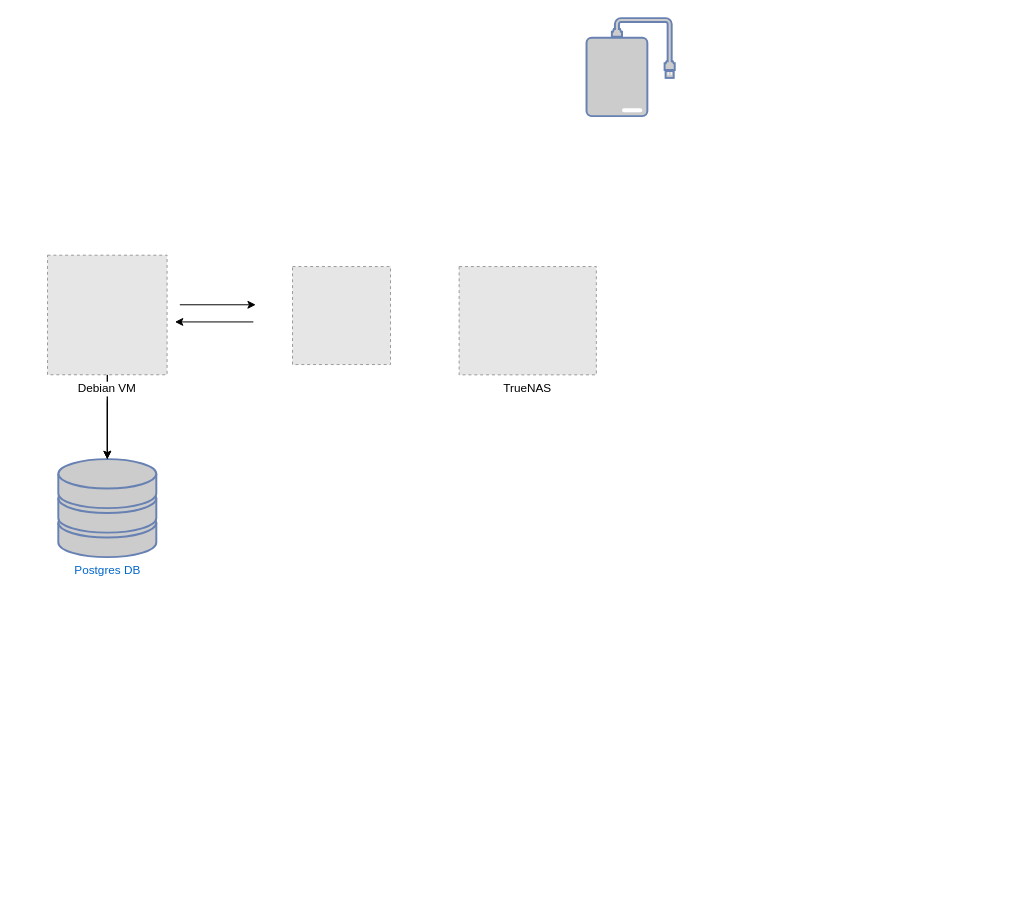
This is diagrams/Immich-Backup-Architecture.drawio from HenryVag/homelab, a draw.io file, before an edit. Source tidied: cells renumbered, new cells numbered last; positions are measured from the earlier drawing's top-left corner, leaving out a move shared by most shapes. Both pictures are drawn from the tidied source at 98%, with x=0, y=0 at pixel (47, 18). Pictures stored in the file or linked from it are replaced by grey dashed boxes.
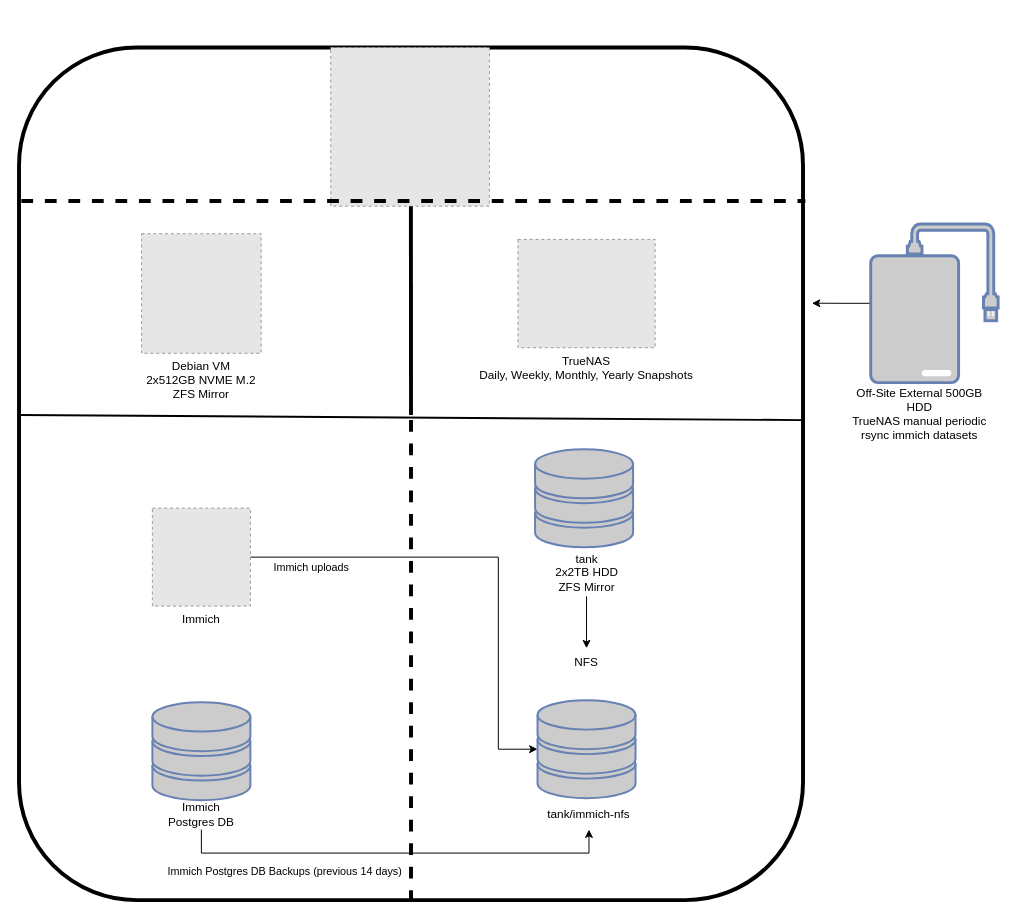
The same page after the edit.

Diff of the diagram source:
```diff
@@
-    <mxCell id="2" style="fontColor=#0066CC;verticalAlign=top;verticalLabelPosition=bottom;labelPosition=center;align=center;html=1;fillColor=#CCCCCC;strokeColor=#6881B3;gradientColor=none;gradientDirection=north;strokeWidth=2;shape=mxgraph.networks.external_storage;" parent="1" vertex="1">
-      <mxGeometry x="550" width="90" height="100" as="geometry" />
-    </mxCell>
+    <mxCell id="12" style="shape=ext;double=0;rounded=1;whiteSpace=wrap;html=1;fillColor=light-dark(#FFFFFF,transparent);rotation=90;strokeColor=light-dark(#000000,#FFFFFF);strokeWidth=4;" parent="1" vertex="1">
+      <mxGeometry x="-64.1" y="65" width="870" height="800" as="geometry" />
+    </mxCell>
-    <mxCell id="3" value="Postgres DB" style="fontColor=#0066CC;verticalAlign=top;verticalLabelPosition=bottom;labelPosition=center;align=center;html=1;outlineConnect=0;fillColor=#CCCCCC;strokeColor=#6881B3;gradientColor=none;gradientDirection=north;strokeWidth=2;shape=mxgraph.networks.storage;" parent="1" vertex="1">
-      <mxGeometry x="11" y="450" width="100" height="100" as="geometry" />
+    <mxCell id="3" style="fontColor=#FFFFF;verticalAlign=top;verticalLabelPosition=bottom;labelPosition=center;align=center;html=1;outlineConnect=0;fillColor=#CCCCCC;strokeColor=light-dark(#6881B3,#FFFFFF);gradientColor=none;gradientDirection=north;strokeWidth=2;shape=mxgraph.networks.storage;" parent="1" vertex="1">
+      <mxGeometry x="107" y="698" width="100" height="100" as="geometry" />
     </mxCell>
-    <mxCell id="4" style="edgeStyle=orthogonalEdgeStyle;rounded=0;orthogonalLoop=1;jettySize=auto;html=1;" parent="1" edge="1">
-      <mxGeometry relative="1" as="geometry">
-        <mxPoint x="135" y="292.5" as="sourcePoint" />
-        <mxPoint x="212.5" y="292.5" as="targetPoint" />
-      </mxGeometry>
-    </mxCell>
+    <mxCell id="13" style="edgeStyle=orthogonalEdgeStyle;rounded=0;jettySize=auto;html=1;" parent="1" edge="1" source="5" target="20">
+      <mxGeometry relative="1" as="geometry">
+        <Array as="points">
+          <mxPoint x="460" y="550" />
+          <mxPoint x="460" y="746" />
+        </Array>
+      </mxGeometry>
+    </mxCell>
+    <mxCell id="14" value="Immich uploads" style="edgeLabel;html=1;align=center;verticalAlign=middle;" parent="13" vertex="1">
+      <mxGeometry x="-0.77" relative="1" as="geometry">
+        <mxPoint x="5" y="10" as="offset" />
+      </mxGeometry>
+    </mxCell>
-    <mxCell id="5" style="fillColor=#E6E6E6;strokeColor=#999999;dashed=1;verticalLabelPosition=bottom;labelBackgroundColor=default;verticalAlign=top;" parent="1" vertex="1">
-      <mxGeometry x="250" y="253.5" width="100" height="100" as="geometry" />
+    <mxCell id="5" value="Immich" style="fillColor=#E6E6E6;strokeColor=#999999;dashed=1;verticalLabelPosition=bottom;labelBackgroundColor=default;verticalAlign=top;" parent="1" vertex="1">
+      <mxGeometry x="107" y="500" width="100" height="100" as="geometry" />
     </mxCell>
-    <mxCell id="6" style="edgeStyle=orthogonalEdgeStyle;rounded=0;jettySize=auto;html=1;" parent="1" edge="1" source="8" target="3">
-      <mxGeometry relative="1" as="geometry" />
-    </mxCell>
-    <mxCell id="7" style="edgeStyle=orthogonalEdgeStyle;rounded=0;jettySize=auto;html=1;" parent="1" edge="1" source="8" target="3">
-      <mxGeometry relative="1" as="geometry" />
-    </mxCell>
-    <mxCell id="8" value="Debian VM" style="fillColor=#E6E6E6;strokeColor=#999999;dashed=1;verticalLabelPosition=bottom;labelBackgroundColor=default;verticalAlign=top;" parent="1" vertex="1">
-      <mxGeometry y="241.9" width="122" height="122" as="geometry" />
+    <mxCell id="8" value="Debian VM&#10;2x512GB NVME M.2&#10;ZFS Mirror" style="fillColor=#E6E6E6;strokeColor=#999999;dashed=1;verticalLabelPosition=bottom;labelBackgroundColor=default;verticalAlign=top;" parent="1" vertex="1">
+      <mxGeometry x="96" y="220" width="122" height="122" as="geometry" />
     </mxCell>
-    <mxCell id="9" style="edgeStyle=orthogonalEdgeStyle;rounded=0;orthogonalLoop=1;jettySize=auto;html=1;" parent="1" edge="1">
-      <mxGeometry relative="1" as="geometry">
-        <mxPoint x="210" y="310" as="sourcePoint" />
-        <mxPoint x="130" y="310" as="targetPoint" />
-      </mxGeometry>
-    </mxCell>
-    <mxCell id="10" value="TrueNAS" style="fillColor=#E6E6E6;strokeColor=#999999;dashed=1;verticalLabelPosition=bottom;labelBackgroundColor=default;verticalAlign=top;" parent="1" vertex="1">
-      <mxGeometry x="420" y="253.5" width="140" height="110.5" as="geometry" />
+    <mxCell id="10" value="TrueNAS&#10;Daily, Weekly, Monthly, Yearly Snapshots" style="fillColor=#E6E6E6;strokeColor=#999999;dashed=1;verticalLabelPosition=bottom;labelBackgroundColor=default;verticalAlign=top;" parent="1" vertex="1">
+      <mxGeometry x="480" y="225.8" width="140" height="110.5" as="geometry" />
     </mxCell>
-    <mxCell id="11" style="endArrow=none;html=1;rounded=0;exitX=0.5;exitY=0;exitDx=0;exitDy=0;exitPerimeter=0;" parent="1" edge="1" source="3">
-      <mxGeometry relative="1" as="geometry">
-        <mxPoint x="61" y="390" as="targetPoint" />
-      </mxGeometry>
-    </mxCell>
+    <mxCell id="15" style="fillColor=#E6E6E6;strokeColor=#999999;dashed=1;verticalLabelPosition=bottom;labelBackgroundColor=default;verticalAlign=top;" parent="1" vertex="1">
+      <mxGeometry x="289" y="30" width="161.9" height="161.9" as="geometry" />
+    </mxCell>
+    <mxCell id="16" style="endArrow=none;html=1;rounded=0;exitX=0.18;exitY=0.997;exitDx=0;exitDy=0;exitPerimeter=0;entryX=0.18;entryY=-0.003;entryDx=0;entryDy=0;entryPerimeter=0;strokeWidth=4;dashed=1;" parent="1" edge="1" source="12" target="12">
+      <mxGeometry relative="1" as="geometry" />
+    </mxCell>
+    <mxCell id="17" style="endArrow=none;html=1;rounded=0;strokeWidth=4;dashed=1;entryX=1;entryY=0.5;entryDx=0;entryDy=0;" parent="1" edge="1" target="12">
+      <mxGeometry relative="1" as="geometry">
+        <mxPoint x="370.9" y="410" as="sourcePoint" />
+      </mxGeometry>
+    </mxCell>
+    <mxCell id="18" value="Immich Postgres DB" style="text;html=1;whiteSpace=wrap;strokeColor=none;fillColor=none;align=center;verticalAlign=middle;rounded=0;" parent="1" vertex="1">
+      <mxGeometry x="122" y="798" width="70" height="30" as="geometry" />
+    </mxCell>
+    <mxCell id="19" style="group;" parent="1" vertex="1">
+      <mxGeometry x="500" y="696" width="105" height="132" as="geometry" />
+    </mxCell>
+    <mxCell id="20" style="fontColor=#FFFFF;verticalAlign=top;verticalLabelPosition=bottom;labelPosition=center;align=center;html=1;outlineConnect=0;fillColor=#CCCCCC;strokeColor=light-dark(#6881B3,#FFFFFF);gradientColor=none;gradientDirection=north;strokeWidth=2;shape=mxgraph.networks.storage;" parent="19" vertex="1">
+      <mxGeometry width="100" height="100" as="geometry" />
+    </mxCell>
+    <mxCell id="21" value="tank/immich-nfs" style="text;html=1;whiteSpace=wrap;strokeColor=none;fillColor=none;align=center;verticalAlign=middle;rounded=0;" parent="19" vertex="1">
+      <mxGeometry y="102" width="105" height="30" as="geometry" />
+    </mxCell>
+    <mxCell id="22" style="edgeStyle=orthogonalEdgeStyle;rounded=0;jettySize=auto;html=1;entryX=0.5;entryY=1;entryDx=0;entryDy=0;" parent="19" edge="1" source="18" target="21">
+      <mxGeometry relative="1" as="geometry">
+        <Array as="points">
+          <mxPoint x="-343" y="156" />
+          <mxPoint x="52.5" y="156" />
+        </Array>
+      </mxGeometry>
+    </mxCell>
+    <mxCell id="23" value="Immich Postgres DB Backups (previous 14 days)" style="edgeLabel;html=1;align=center;verticalAlign=middle;" parent="22" vertex="1">
+      <mxGeometry x="-0.8" relative="1" as="geometry">
+        <mxPoint x="64" y="18" as="offset" />
+      </mxGeometry>
+    </mxCell>
+    <mxCell id="24" style="group;" parent="1" vertex="1">
+      <mxGeometry x="497.5" y="440" width="105" height="150" as="geometry" />
+    </mxCell>
+    <mxCell id="25" style="fontColor=#FFFFF;verticalAlign=top;verticalLabelPosition=bottom;labelPosition=center;align=center;html=1;fillColor=#CCCCCC;strokeColor=light-dark(#6881B3,#FFFFFF);gradientColor=none;gradientDirection=north;strokeWidth=2;shape=mxgraph.networks.storage;" parent="24" vertex="1">
+      <mxGeometry width="100" height="100" as="geometry" />
+    </mxCell>
+    <mxCell id="26" value="tank&lt;br&gt;2x2TB HDD&lt;br&gt;ZFS Mirror" style="text;html=1;whiteSpace=wrap;strokeColor=none;fillColor=none;align=center;verticalAlign=middle;rounded=0;" parent="24" vertex="1">
+      <mxGeometry y="102" width="105" height="48" as="geometry" />
+    </mxCell>
+    <mxCell id="27" value="NFS" style="text;html=1;whiteSpace=wrap;strokeColor=none;fillColor=none;align=center;verticalAlign=middle;rounded=0;" parent="1" vertex="1">
+      <mxGeometry x="520" y="643" width="60" height="30" as="geometry" />
+    </mxCell>
+    <mxCell id="28" style="edgeStyle=orthogonalEdgeStyle;rounded=0;jettySize=auto;html=1;" parent="1" edge="1" source="26" target="27">
+      <mxGeometry relative="1" as="geometry">
+        <Array as="points">
+          <mxPoint x="550" y="658" />
+        </Array>
+      </mxGeometry>
+    </mxCell>
+    <mxCell id="29" style="endArrow=none;html=1;rounded=0;entryX=0.437;entryY=0.001;entryDx=0;entryDy=0;entryPerimeter=0;strokeWidth=2;" parent="1" edge="1" target="12">
+      <mxGeometry relative="1" as="geometry">
+        <mxPoint x="-29.1" y="405" as="sourcePoint" />
+      </mxGeometry>
+    </mxCell>
+    <mxCell id="30" style="endArrow=none;html=1;rounded=0;entryX=0.5;entryY=1;entryDx=0;entryDy=0;strokeWidth=4;" parent="1" edge="1">
+      <mxGeometry relative="1" as="geometry">
+        <mxPoint x="370.9" y="405" as="sourcePoint" />
+        <mxPoint x="370.8" y="191.9" as="targetPoint" />
+      </mxGeometry>
+    </mxCell>
+    <mxCell id="31" style="edgeStyle=orthogonalEdgeStyle;rounded=0;jettySize=auto;html=1;" parent="1" edge="1" source="32">
+      <mxGeometry relative="1" as="geometry">
+        <mxPoint x="780" y="290.9" as="targetPoint" />
+      </mxGeometry>
+    </mxCell>
+    <mxCell id="32" style="fontColor=FFFFFF;verticalAlign=top;verticalLabelPosition=bottom;labelPosition=center;align=center;html=1;outlineConnect=0;fillColor=#CCCCCC;strokeColor=light-dark(#6881B3,#FFFFFF);gradientColor=none;gradientDirection=north;strokeWidth=2;shape=mxgraph.networks.external_storage;" parent="1" vertex="1">
+      <mxGeometry x="840" y="210" width="130" height="161.9" as="geometry" />
+    </mxCell>
+    <mxCell id="33" value="Off-Site External 500GB HDD&lt;br&gt;TrueNAS manual periodic rsync immich datasets" style="text;html=1;whiteSpace=wrap;strokeColor=none;fillColor=none;align=center;verticalAlign=middle;rounded=0;" parent="1" vertex="1">
+      <mxGeometry x="820" y="380" width="140" height="48" as="geometry" />
+    </mxCell>
```
